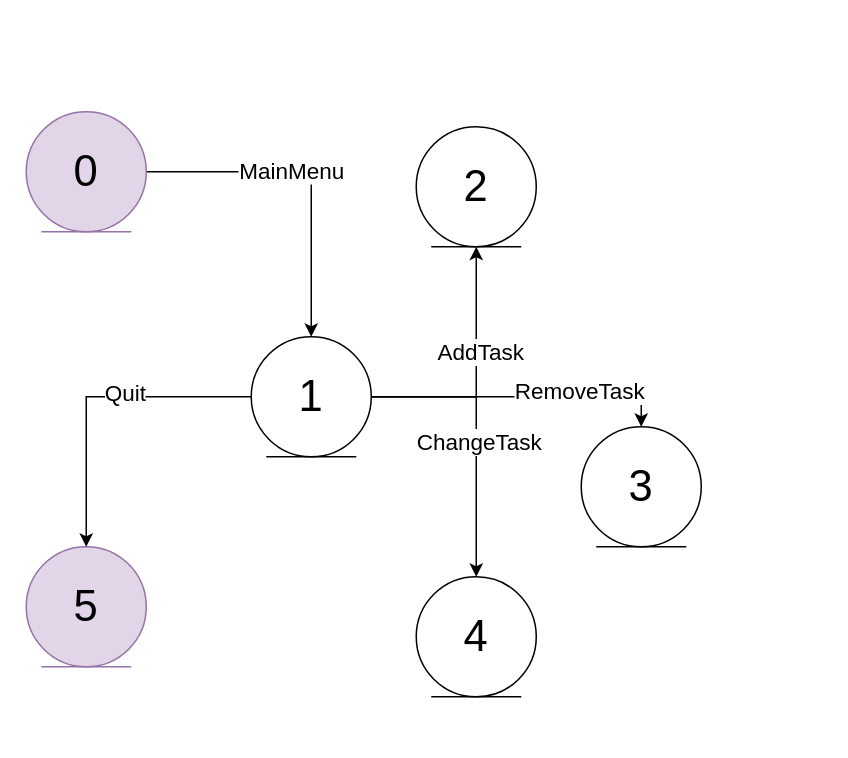
Maxuha/NCTaskManager keeps this draw.io diagram as usecase.drawio. Above is the earlier version. Source tidied: cells renumbered, new cells numbered last; positions are measured from the earlier drawing's top-left corner, leaving out a move shared by most shapes. Both pictures are drawn from the tidied source at 150%, with x=0, y=0 at pixel (26, 111).
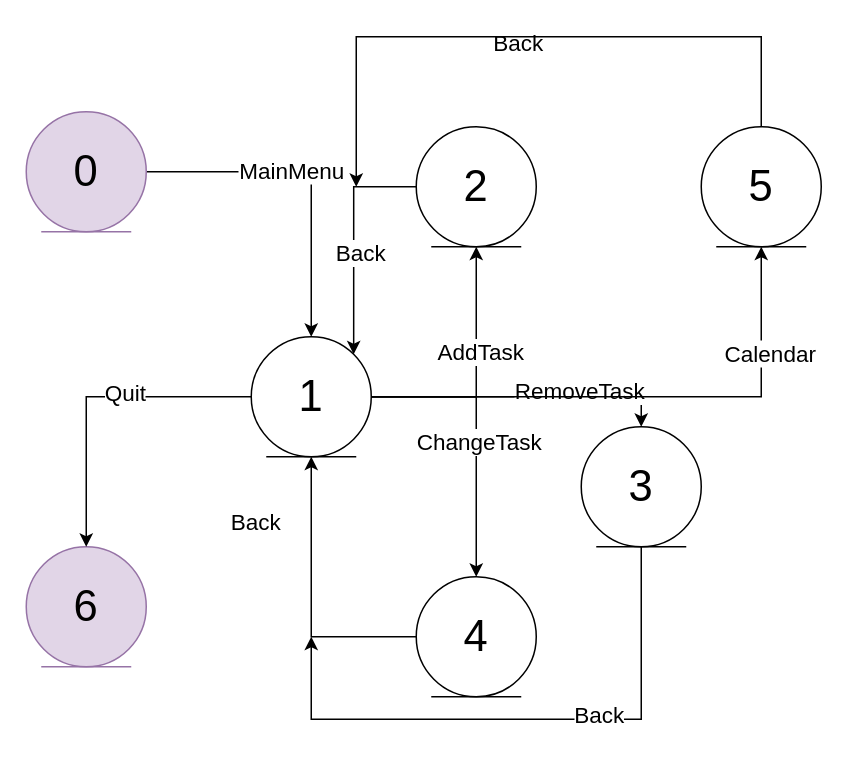
The same page after the edit.

Unchanged cells that the change refers to:
```xml
<mxCell id="14" value="&lt;font style=&quot;font-size: 29px&quot;&gt;1&lt;/font&gt;" style="ellipse;shape=umlEntity;whiteSpace=wrap;html=1;" parent="1" vertex="1">
  <mxGeometry x="150" y="150" width="80" height="80" as="geometry" />
</mxCell>
<mxCell id="15" value="&lt;font style=&quot;font-size: 29px&quot;&gt;2&lt;/font&gt;" style="ellipse;shape=umlEntity;whiteSpace=wrap;html=1;" parent="1" vertex="1">
  <mxGeometry x="260" y="10" width="80" height="80" as="geometry" />
</mxCell>
<mxCell id="16" value="&lt;font style=&quot;font-size: 29px&quot;&gt;3&lt;/font&gt;" style="ellipse;shape=umlEntity;whiteSpace=wrap;html=1;" parent="1" vertex="1">
  <mxGeometry x="370" y="210" width="80" height="80" as="geometry" />
</mxCell>
<mxCell id="17" value="&lt;font style=&quot;font-size: 29px&quot;&gt;4&lt;/font&gt;" style="ellipse;shape=umlEntity;whiteSpace=wrap;html=1;" parent="1" vertex="1">
  <mxGeometry x="260" y="310" width="80" height="80" as="geometry" />
</mxCell>
```

Diff of the diagram source:
```diff
@@
-    <mxCell id="5" value="&lt;font style=&quot;font-size: 29px&quot;&gt;5&lt;/font&gt;" style="ellipse;shape=umlEntity;whiteSpace=wrap;html=1;fillColor=#e1d5e7;strokeColor=#9673a6;" parent="1" vertex="1">
+    <mxCell id="5" value="&lt;font style=&quot;font-size: 29px&quot;&gt;6&lt;/font&gt;" style="ellipse;shape=umlEntity;whiteSpace=wrap;html=1;fillColor=#e1d5e7;strokeColor=#9673a6;" parent="1" vertex="1">
       <mxGeometry y="290" width="80" height="80" as="geometry" />
     </mxCell>
@@
+    <mxCell id="18" style="edgeStyle=orthogonalEdgeStyle;rounded=0;jettySize=auto;html=1;entryX=0.5;entryY=1;entryDx=0;entryDy=0;" parent="1" edge="1" source="14" target="27">
+      <mxGeometry relative="1" as="geometry" />
+    </mxCell>
+    <mxCell id="19" value="&lt;font style=&quot;font-size: 15px&quot;&gt;Calendar&lt;/font&gt;" style="text;html=1;align=center;verticalAlign=middle;labelBackgroundColor=#ffffff;" parent="18" vertex="1">
+      <mxGeometry x="0.45" y="29" relative="1" as="geometry">
+        <mxPoint x="34" y="-29" as="offset" />
+      </mxGeometry>
+    </mxCell>
@@
+    <mxCell id="20" style="edgeStyle=orthogonalEdgeStyle;rounded=0;jettySize=auto;html=1;entryX=1;entryY=0;entryDx=0;entryDy=0;" parent="1" edge="1" source="15" target="14">
+      <mxGeometry relative="1" as="geometry" />
+    </mxCell>
+    <mxCell id="21" value="&lt;font style=&quot;font-size: 15px&quot;&gt;Back&lt;/font&gt;" style="text;html=1;align=center;verticalAlign=middle;labelBackgroundColor=#ffffff;" parent="20" vertex="1">
+      <mxGeometry x="0.11" y="4" relative="1" as="geometry" />
+    </mxCell>
@@
+    <mxCell id="22" style="edgeStyle=orthogonalEdgeStyle;rounded=0;jettySize=auto;html=1;" parent="1" edge="1" source="16">
+      <mxGeometry relative="1" as="geometry">
+        <mxPoint x="190" y="350" as="targetPoint" />
+        <Array as="points">
+          <mxPoint x="410" y="405" />
+          <mxPoint x="190" y="405" />
+        </Array>
+      </mxGeometry>
+    </mxCell>
+    <mxCell id="23" value="&lt;font style=&quot;font-size: 15px&quot;&gt;Back&lt;/font&gt;" style="text;html=1;align=center;verticalAlign=middle;labelBackgroundColor=#ffffff;" parent="22" vertex="1">
+      <mxGeometry x="-0.43" y="-29" relative="1" as="geometry" />
+    </mxCell>
@@
+    <mxCell id="24" style="edgeStyle=orthogonalEdgeStyle;rounded=0;jettySize=auto;html=1;entryX=0.5;entryY=1;entryDx=0;entryDy=0;" parent="1" edge="1" source="17" target="14">
+      <mxGeometry relative="1" as="geometry" />
+    </mxCell>
+    <mxCell id="25" value="&lt;font style=&quot;font-size: 15px&quot;&gt;Back&lt;/font&gt;" style="text;html=1;align=center;verticalAlign=middle;labelBackgroundColor=#ffffff;" parent="24" vertex="1">
+      <mxGeometry x="-0.27" y="-39" relative="1" as="geometry">
+        <mxPoint x="-39" y="-39" as="offset" />
+      </mxGeometry>
+    </mxCell>
@@
+    <mxCell id="26" style="edgeStyle=orthogonalEdgeStyle;rounded=0;jettySize=auto;html=1;" parent="1" edge="1" source="27">
+      <mxGeometry relative="1" as="geometry">
+        <mxPoint x="220" y="50" as="targetPoint" />
+        <Array as="points">
+          <mxPoint x="490" y="-50" />
+          <mxPoint x="220" y="-50" />
+        </Array>
+      </mxGeometry>
+    </mxCell>
+    <mxCell id="27" value="&lt;span style=&quot;font-size: 29px&quot;&gt;5&lt;/span&gt;" style="ellipse;shape=umlEntity;whiteSpace=wrap;html=1;" parent="1" vertex="1">
+      <mxGeometry x="450" y="10" width="80" height="80" as="geometry" />
+    </mxCell>
+    <mxCell id="28" value="&lt;font style=&quot;font-size: 15px&quot;&gt;Back&lt;/font&gt;" style="text;html=1;align=center;verticalAlign=middle;" parent="1" vertex="1">
+      <mxGeometry x="303" y="-56" width="50" height="20" as="geometry" />
+    </mxCell>
```
